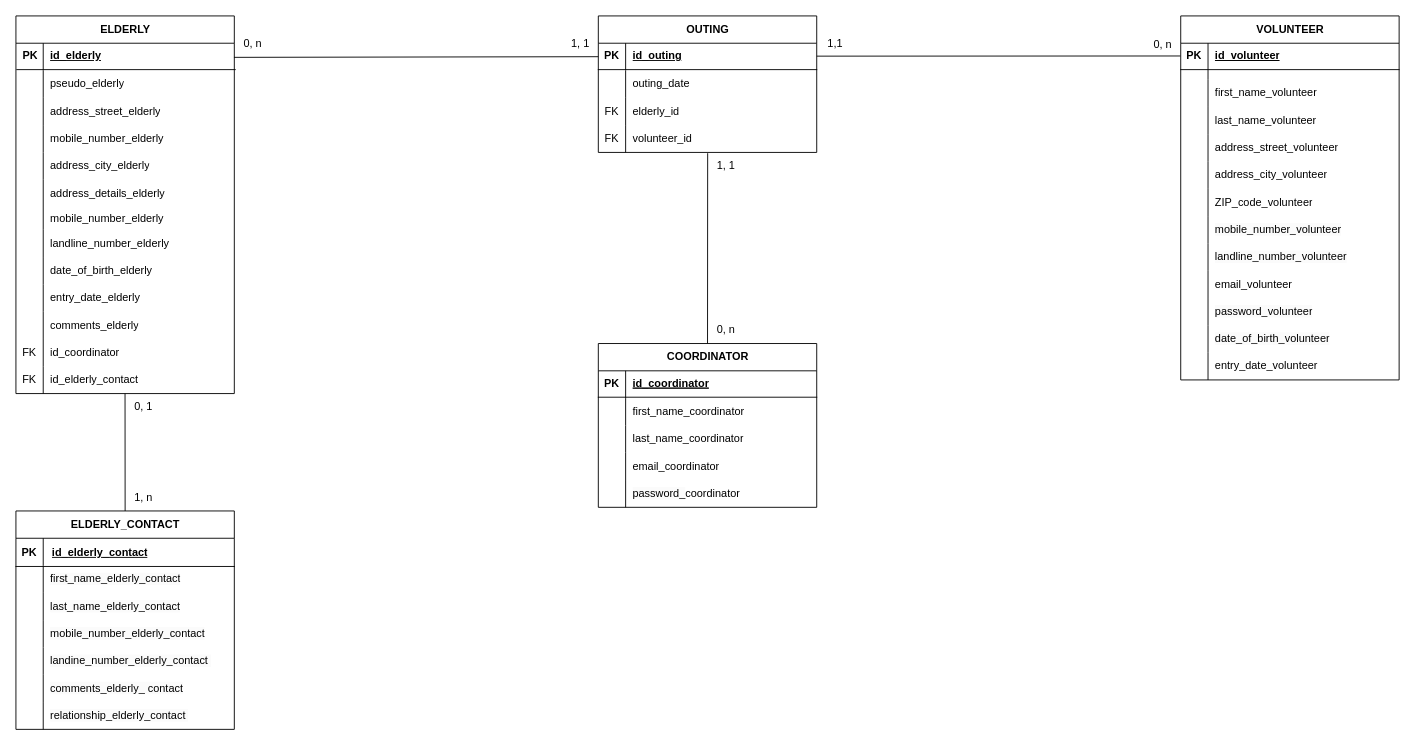
AnneGicquel/MCD_Marche_avec_Eliane keeps this draw.io diagram as page "MLD_MaE" (2 of 6) of MCD_MaE.drawio. Above is the earlier version. Source tidied: cells renumbered, new cells numbered last; positions are measured from the earlier drawing's top-left corner, leaving out a move shared by most shapes. Both pictures are drawn from the tidied source at 91%, with x=0, y=0 at pixel (15, 15).
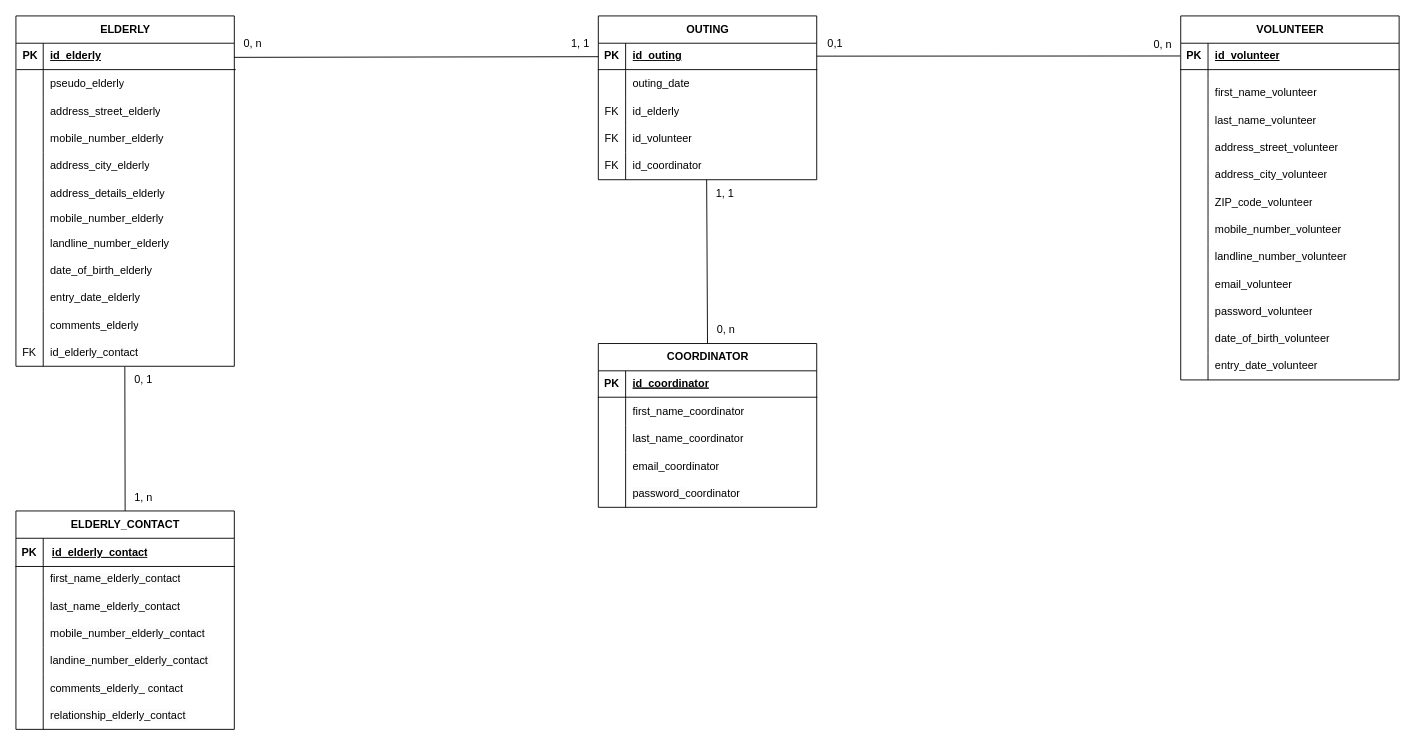
Above is the later version.

Unchanged cells that the change refers to:
```xml
<mxCell id="50" style="shape=tableRow;horizontal=0;startSize=0;swimlaneHead=0;swimlaneBody=0;fillColor=none;top=0;left=0;right=0;bottom=0;" parent="43" vertex="1">
  <mxGeometry y="90" width="240" height="30" as="geometry" />
</mxCell>
<mxCell id="53" style="shape=tableRow;horizontal=0;startSize=0;swimlaneHead=0;swimlaneBody=0;fillColor=none;top=0;left=0;right=0;bottom=0;" parent="43" vertex="1">
  <mxGeometry y="120" width="240" height="30" as="geometry" />
</mxCell>
<mxCell id="109" value="ELDERLY_CONTACT" style="shape=table;startSize=30;childLayout=tableLayout;rowLines=0;fontStyle=1;align=center;html=1;" parent="1" vertex="1">
  <mxGeometry y="544" width="240" height="240" as="geometry" />
</mxCell>
```

What changed in the source:
```diff
@@
     <mxCell id="2" value="ELDERLY" style="shape=table;startSize=30;childLayout=tableLayout;rowLines=0;fontStyle=1;align=center;html=1;" parent="1" vertex="1">
-      <mxGeometry width="240" height="415" as="geometry" />
+      <mxGeometry width="240" height="385" as="geometry" />
     </mxCell>
@@
-    <mxCell id="36" style="shape=tableRow;horizontal=0;startSize=0;swimlaneHead=0;swimlaneBody=0;fillColor=none;top=0;left=0;right=0;bottom=0;" parent="2" vertex="1">
-      <mxGeometry y="355" width="240" height="30" as="geometry" />
-    </mxCell>
-    <mxCell id="37" value="FK" style="shape=partialRectangle;fillColor=none;top=0;left=0;bottom=0;right=0;overflow=hidden;whiteSpace=wrap;html=1;" parent="36" vertex="1">
-      <mxGeometry width="30" height="30" as="geometry" />
-    </mxCell>
-    <mxCell id="38" value="id_coordinator" style="shape=partialRectangle;fillColor=none;top=0;left=0;bottom=0;right=0;align=left;spacingLeft=6;overflow=hidden;whiteSpace=wrap;html=1;" parent="36" vertex="1">
-      <mxGeometry x="30" width="210" height="30" as="geometry" />
-    </mxCell>
     <mxCell id="39" style="shape=tableRow;horizontal=0;startSize=0;swimlaneHead=0;swimlaneBody=0;fillColor=none;top=0;left=0;right=0;bottom=0;" parent="2" vertex="1">
-      <mxGeometry y="385" width="240" height="30" as="geometry" />
+      <mxGeometry y="355" width="240" height="30" as="geometry" />
     </mxCell>
@@
     <mxCell id="42" value="1, 1" style="text;html=1;align=center;verticalAlign=middle;points=[];strokeColor=none;fillColor=none;" parent="1" vertex="1">
-      <mxGeometry x="760" y="150" width="40" height="30" as="geometry" />
+      <mxGeometry x="759" y="179.5" width="40" height="30" as="geometry" />
     </mxCell>
     <mxCell id="43" value="&lt;span style=&quot;text-align: left; text-wrap: wrap;&quot;&gt;OUTING&lt;/span&gt;" style="shape=table;startSize=30;childLayout=tableLayout;rowLines=0;fontStyle=1;align=center;html=1;" parent="1" vertex="1">
-      <mxGeometry x="640" width="240" height="150" as="geometry" />
+      <mxGeometry x="640" width="240" height="180" as="geometry" />
     </mxCell>
@@
-    <mxCell id="52" value="&lt;span style=&quot;white-space-collapse: preserve;&quot;&gt;elderly_id&lt;/span&gt;" style="shape=partialRectangle;fillColor=none;top=0;left=0;bottom=0;right=0;align=left;spacingLeft=6;overflow=hidden;whiteSpace=wrap;html=1;" parent="50" vertex="1">
+    <mxCell id="52" value="&lt;span style=&quot;white-space-collapse: preserve;&quot;&gt;id_&lt;/span&gt;&lt;span style=&quot;white-space-collapse: preserve;&quot;&gt;elderly&lt;/span&gt;" style="shape=partialRectangle;fillColor=none;top=0;left=0;bottom=0;right=0;align=left;spacingLeft=6;overflow=hidden;whiteSpace=wrap;html=1;" parent="50" vertex="1">
       <mxGeometry x="30" width="210" height="30" as="geometry" />
     </mxCell>
@@
-    <mxCell id="55" value="&lt;span style=&quot;white-space-collapse: preserve;&quot;&gt;volunteer_id&lt;/span&gt;" style="shape=partialRectangle;fillColor=none;top=0;left=0;bottom=0;right=0;align=left;spacingLeft=6;overflow=hidden;whiteSpace=wrap;html=1;" parent="53" vertex="1">
+    <mxCell id="55" value="&lt;span style=&quot;white-space-collapse: preserve;&quot;&gt;id_&lt;/span&gt;&lt;span style=&quot;white-space-collapse: preserve;&quot;&gt;volunteer&lt;/span&gt;" style="shape=partialRectangle;fillColor=none;top=0;left=0;bottom=0;right=0;align=left;spacingLeft=6;overflow=hidden;whiteSpace=wrap;html=1;" parent="53" vertex="1">
       <mxGeometry x="30" width="210" height="30" as="geometry" />
     </mxCell>
+    <mxCell id="158" style="shape=tableRow;horizontal=0;startSize=0;swimlaneHead=0;swimlaneBody=0;fillColor=none;points=[[0,0.5],[1,0.5]];portConstraint=eastwest;top=0;left=0;right=0;bottom=0;" parent="43" vertex="1">
+      <mxGeometry y="150" width="240" height="30" as="geometry" />
+    </mxCell>
+    <mxCell id="37" value="FK" style="shape=partialRectangle;fillColor=none;top=0;left=0;bottom=0;right=0;overflow=hidden;whiteSpace=wrap;html=1;" parent="158" vertex="1">
+      <mxGeometry width="30" height="30" as="geometry" />
+    </mxCell>
+    <mxCell id="38" value="&lt;span style=&quot;white-space-collapse: preserve;&quot;&gt;id_coordinator&lt;/span&gt;" style="shape=partialRectangle;fillColor=none;top=0;left=0;bottom=0;right=0;align=left;spacingLeft=6;overflow=hidden;whiteSpace=wrap;html=1;" parent="158" vertex="1">
+      <mxGeometry x="30" width="210" height="30" as="geometry" />
+    </mxCell>
@@
-    <mxCell id="133" value="1,1" style="text;html=1;align=center;verticalAlign=middle;strokeColor=none;fillColor=none;" parent="1" vertex="1">
+    <mxCell id="133" value="0,1" style="text;html=1;align=center;verticalAlign=middle;strokeColor=none;fillColor=none;" parent="1" vertex="1">
       <mxGeometry x="880" y="15.5" width="40" height="30" as="geometry" />
     </mxCell>
@@
-    <mxCell id="138" style="endArrow=none;html=1;rounded=0;entryX=0.004;entryY=0.028;entryDx=0;entryDy=0;entryPerimeter=0;" parent="1" edge="1" target="42">
+    <mxCell id="138" style="endArrow=none;html=1;rounded=0;entryX=0.496;entryY=1;entryDx=0;entryDy=0;entryPerimeter=0;" parent="1" edge="1" target="158">
       <mxGeometry relative="1" as="geometry">
         <mxPoint x="760" y="360" as="sourcePoint" />
       </mxGeometry>
     </mxCell>
@@
-    <mxCell id="140" style="endArrow=none;html=1;rounded=0;entryX=0.496;entryY=1.051;entryDx=0;entryDy=0;entryPerimeter=0;exitX=0.5;exitY=0;exitDx=0;exitDy=0;" parent="1" edge="1" source="109">
-      <mxGeometry relative="1" as="geometry">
-        <mxPoint x="119.9" y="415" as="targetPoint" />
-      </mxGeometry>
+    <mxCell id="140" style="endArrow=none;html=1;rounded=0;entryX=-0.008;entryY=0.017;entryDx=0;entryDy=0;entryPerimeter=0;exitX=0.5;exitY=0;exitDx=0;exitDy=0;" parent="1" edge="1" source="109" target="141">
+      <mxGeometry relative="1" as="geometry" />
     </mxCell>
     <mxCell id="141" value="0, 1" style="text;html=1;align=center;verticalAlign=middle;points=[];strokeColor=none;fillColor=none;" parent="1" vertex="1">
-      <mxGeometry x="120" y="415" width="40" height="30" as="geometry" />
+      <mxGeometry x="120" y="385" width="40" height="30" as="geometry" />
     </mxCell>
```
